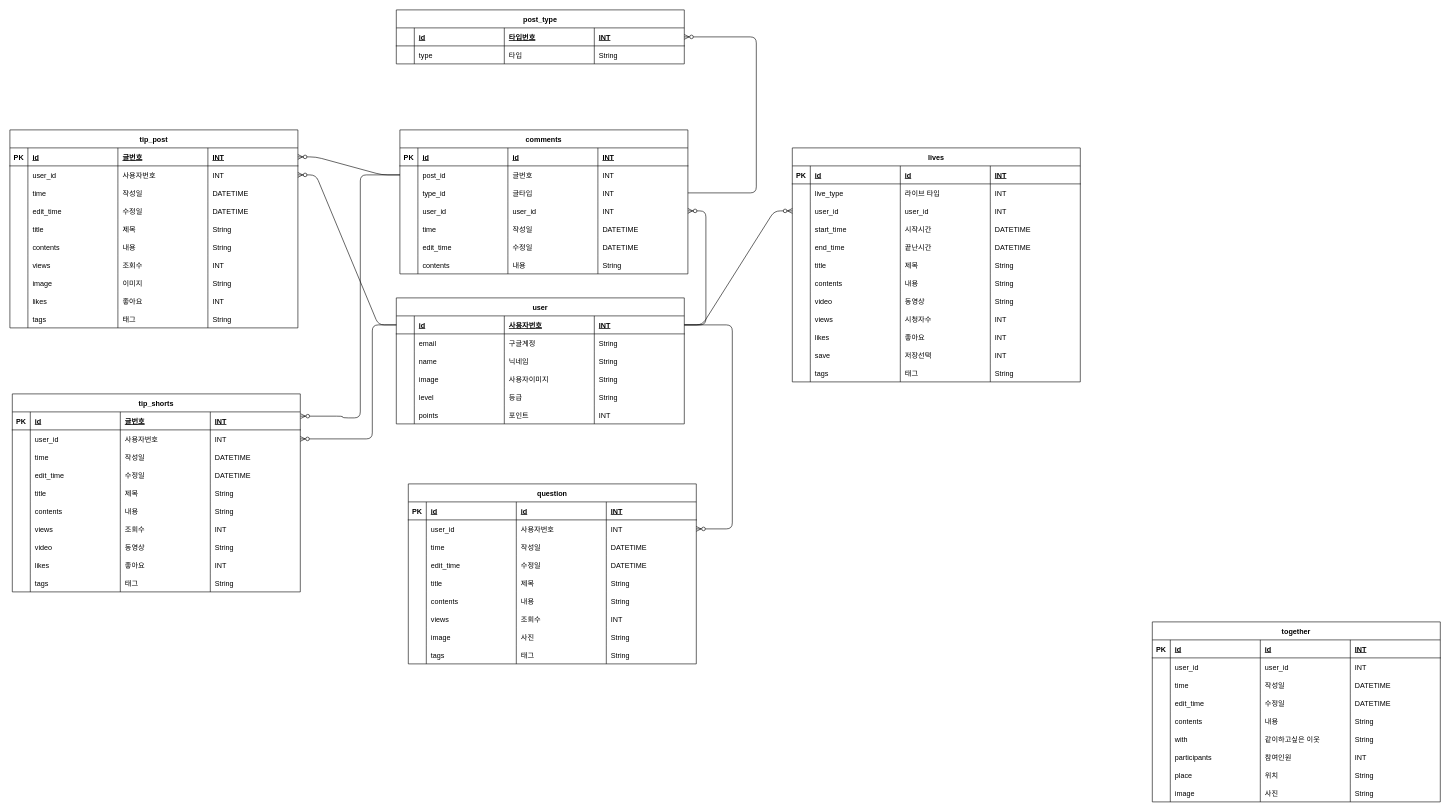
fjwldap/2016726031 keeps this draw.io diagram as Untitled Diagram.drawio. Above is the earlier version. Source tidied: cells renumbered, new cells numbered last; positions are measured from the earlier drawing's top-left corner, leaving out a move shared by most shapes. Both pictures are drawn from the tidied source at 60%, with x=0, y=0 at pixel (10, 10).
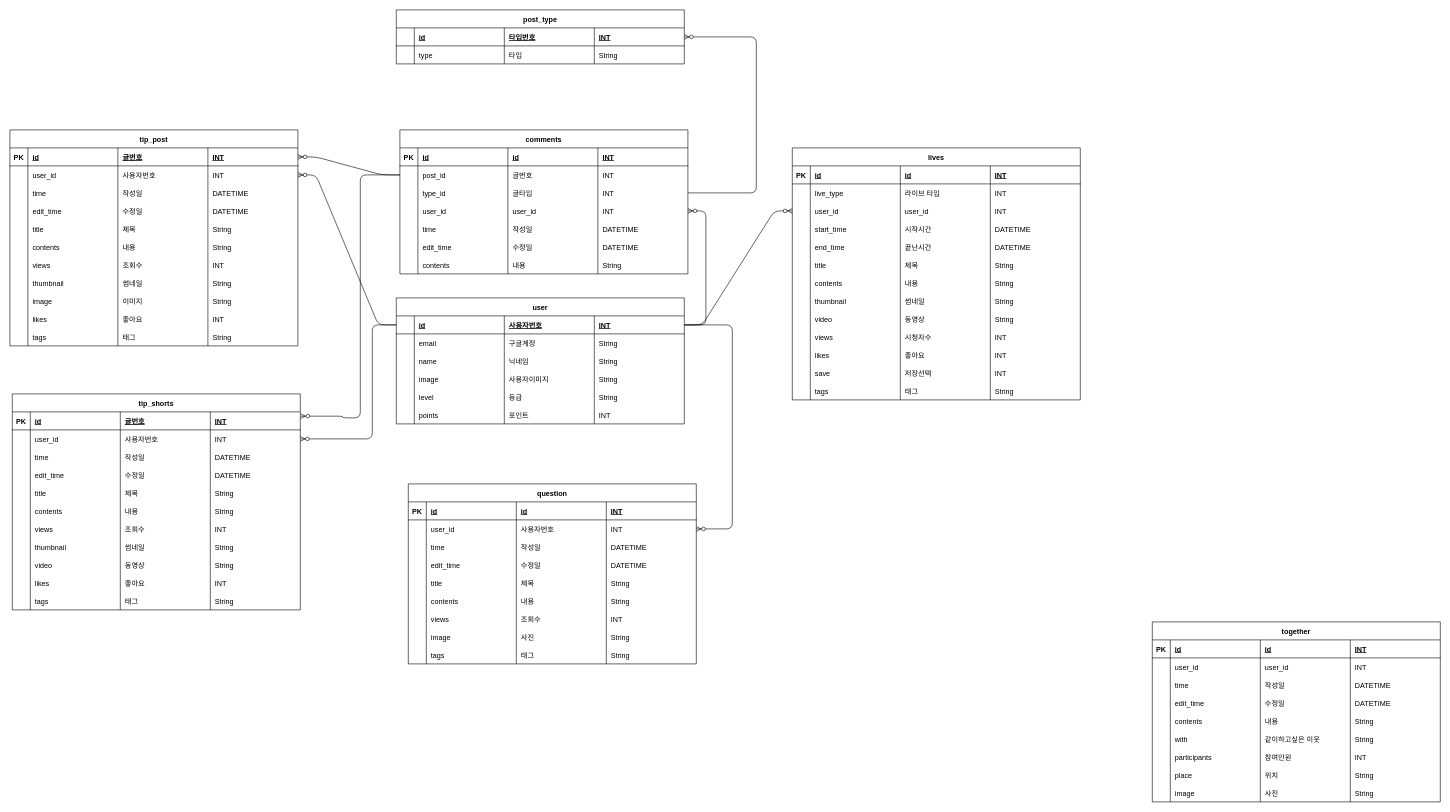
Above is the later version.

Diff of the diagram source:
```diff
@@
     <mxCell id="33" value="tip_post" style="shape=table;startSize=30;childLayout=tableLayout;rowLines=0;fontStyle=1;align=center;" parent="1" vertex="1">
-      <mxGeometry y="200" width="480" height="330" as="geometry" />
+      <mxGeometry y="200" width="480" height="360" as="geometry" />
     </mxCell>
@@
+    <mxCell id="343" style="shape=partialRectangle;fillColor=none;top=0;left=0;bottom=0;right=0;" parent="33" vertex="1">
+      <mxGeometry y="240" width="480" height="30" as="geometry" />
+    </mxCell>
+    <mxCell id="344" style="shape=partialRectangle;fillColor=none;top=0;left=0;bottom=0;right=0;overflow=hidden;" parent="343" vertex="1">
+      <mxGeometry width="30" height="30" as="geometry" />
+    </mxCell>
+    <mxCell id="345" value="thumbnail" style="shape=partialRectangle;fillColor=none;top=0;left=0;bottom=0;right=0;align=left;spacingLeft=6;overflow=hidden;" parent="343" vertex="1">
+      <mxGeometry x="30" width="150" height="30" as="geometry" />
+    </mxCell>
+    <mxCell id="346" value="썸네일" style="shape=partialRectangle;fillColor=none;top=0;left=0;bottom=0;right=0;align=left;spacingLeft=6;overflow=hidden;" parent="343" vertex="1">
+      <mxGeometry x="180" width="150" height="30" as="geometry" />
+    </mxCell>
+    <mxCell id="347" value="String" style="shape=partialRectangle;fillColor=none;top=0;left=0;bottom=0;right=0;align=left;spacingLeft=6;overflow=hidden;" parent="343" vertex="1">
+      <mxGeometry x="330" width="150" height="30" as="geometry" />
+    </mxCell>
     <mxCell id="69" style="shape=partialRectangle;fillColor=none;top=0;left=0;bottom=0;right=0;" parent="33" vertex="1">
-      <mxGeometry y="240" width="480" height="30" as="geometry" />
+      <mxGeometry y="270" width="480" height="30" as="geometry" />
     </mxCell>
@@
     <mxCell id="74" style="shape=partialRectangle;fillColor=none;top=0;left=0;bottom=0;right=0;" parent="33" vertex="1">
-      <mxGeometry y="270" width="480" height="30" as="geometry" />
+      <mxGeometry y="300" width="480" height="30" as="geometry" />
     </mxCell>
@@
     <mxCell id="79" style="shape=partialRectangle;fillColor=none;top=0;left=0;bottom=0;right=0;" parent="33" vertex="1">
-      <mxGeometry y="300" width="480" height="30" as="geometry" />
+      <mxGeometry y="330" width="480" height="30" as="geometry" />
     </mxCell>
@@
     <mxCell id="212" value="lives" style="shape=table;startSize=30;childLayout=tableLayout;rowLines=0;fontStyle=1;align=center;" parent="1" vertex="1">
-      <mxGeometry x="1304" y="230" width="480" height="390" as="geometry" />
+      <mxGeometry x="1304" y="230" width="480" height="420" as="geometry" />
     </mxCell>
@@
+    <mxCell id="348" style="shape=partialRectangle;fillColor=none;top=0;left=0;bottom=0;right=0;" parent="212" vertex="1">
+      <mxGeometry y="240" width="480" height="30" as="geometry" />
+    </mxCell>
+    <mxCell id="349" style="shape=partialRectangle;fillColor=none;top=0;left=0;bottom=0;right=0;overflow=hidden;" parent="348" vertex="1">
+      <mxGeometry width="30" height="30" as="geometry" />
+    </mxCell>
+    <mxCell id="350" value="thumbnail" style="shape=partialRectangle;fillColor=none;top=0;left=0;bottom=0;right=0;align=left;spacingLeft=6;overflow=hidden;" parent="348" vertex="1">
+      <mxGeometry x="30" width="150" height="30" as="geometry" />
+    </mxCell>
+    <mxCell id="351" value="썸네일" style="shape=partialRectangle;fillColor=none;top=0;left=0;bottom=0;right=0;align=left;spacingLeft=6;overflow=hidden;" parent="348" vertex="1">
+      <mxGeometry x="180" width="150" height="30" as="geometry" />
+    </mxCell>
+    <mxCell id="352" value="String" style="shape=partialRectangle;fillColor=none;top=0;left=0;bottom=0;right=0;align=left;spacingLeft=6;overflow=hidden;" parent="348" vertex="1">
+      <mxGeometry x="330" width="150" height="30" as="geometry" />
+    </mxCell>
     <mxCell id="248" style="shape=partialRectangle;fillColor=none;top=0;left=0;bottom=0;right=0;" parent="212" vertex="1">
-      <mxGeometry y="240" width="480" height="30" as="geometry" />
+      <mxGeometry y="270" width="480" height="30" as="geometry" />
     </mxCell>
@@
     <mxCell id="253" style="shape=partialRectangle;fillColor=none;top=0;left=0;bottom=0;right=0;" parent="212" vertex="1">
-      <mxGeometry y="270" width="480" height="30" as="geometry" />
+      <mxGeometry y="300" width="480" height="30" as="geometry" />
     </mxCell>
@@
     <mxCell id="258" style="shape=partialRectangle;fillColor=none;top=0;left=0;bottom=0;right=0;" parent="212" vertex="1">
-      <mxGeometry y="300" width="480" height="30" as="geometry" />
+      <mxGeometry y="330" width="480" height="30" as="geometry" />
     </mxCell>
@@
     <mxCell id="263" style="shape=partialRectangle;fillColor=none;top=0;left=0;bottom=0;right=0;" parent="212" vertex="1">
-      <mxGeometry y="330" width="480" height="30" as="geometry" />
+      <mxGeometry y="360" width="480" height="30" as="geometry" />
     </mxCell>
@@
     <mxCell id="268" style="shape=partialRectangle;fillColor=none;top=0;left=0;bottom=0;right=0;" parent="212" vertex="1">
-      <mxGeometry y="360" width="480" height="30" as="geometry" />
+      <mxGeometry y="390" width="480" height="30" as="geometry" />
     </mxCell>
@@
     <mxCell id="278" value="tip_shorts" style="shape=table;startSize=30;childLayout=tableLayout;rowLines=0;fontStyle=1;align=center;" parent="1" vertex="1">
-      <mxGeometry x="4" y="640" width="480" height="330" as="geometry" />
+      <mxGeometry x="4" y="640" width="480" height="360" as="geometry" />
     </mxCell>
@@
+    <mxCell id="353" style="shape=partialRectangle;fillColor=none;top=0;left=0;bottom=0;right=0;" parent="278" vertex="1">
+      <mxGeometry y="240" width="480" height="30" as="geometry" />
+    </mxCell>
+    <mxCell id="354" style="shape=partialRectangle;fillColor=none;top=0;left=0;bottom=0;right=0;overflow=hidden;" parent="353" vertex="1">
+      <mxGeometry width="30" height="30" as="geometry" />
+    </mxCell>
+    <mxCell id="355" value="thumbnail" style="shape=partialRectangle;fillColor=none;top=0;left=0;bottom=0;right=0;align=left;spacingLeft=6;overflow=hidden;" parent="353" vertex="1">
+      <mxGeometry x="30" width="150" height="30" as="geometry" />
+    </mxCell>
+    <mxCell id="356" value="썸네일" style="shape=partialRectangle;fillColor=none;top=0;left=0;bottom=0;right=0;align=left;spacingLeft=6;overflow=hidden;" parent="353" vertex="1">
+      <mxGeometry x="180" width="150" height="30" as="geometry" />
+    </mxCell>
+    <mxCell id="357" value="String" style="shape=partialRectangle;fillColor=none;top=0;left=0;bottom=0;right=0;align=left;spacingLeft=6;overflow=hidden;" parent="353" vertex="1">
+      <mxGeometry x="330" width="150" height="30" as="geometry" />
+    </mxCell>
     <mxCell id="314" style="shape=partialRectangle;fillColor=none;top=0;left=0;bottom=0;right=0;" parent="278" vertex="1">
-      <mxGeometry y="240" width="480" height="30" as="geometry" />
+      <mxGeometry y="270" width="480" height="30" as="geometry" />
     </mxCell>
@@
     <mxCell id="319" style="shape=partialRectangle;fillColor=none;top=0;left=0;bottom=0;right=0;" parent="278" vertex="1">
-      <mxGeometry y="270" width="480" height="30" as="geometry" />
+      <mxGeometry y="300" width="480" height="30" as="geometry" />
     </mxCell>
@@
     <mxCell id="324" style="shape=partialRectangle;fillColor=none;top=0;left=0;bottom=0;right=0;" parent="278" vertex="1">
-      <mxGeometry y="300" width="480" height="30" as="geometry" />
+      <mxGeometry y="330" width="480" height="30" as="geometry" />
     </mxCell>
```
